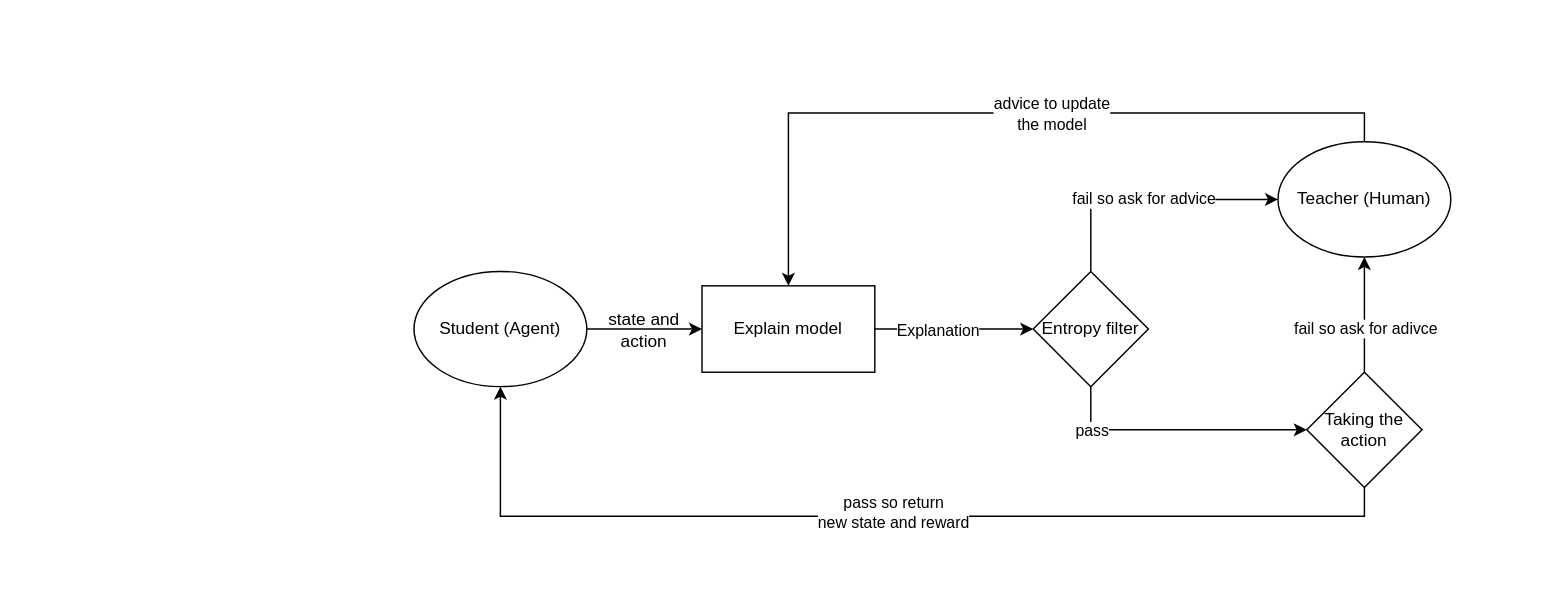
bobkatla/Honours_SafeRLWithXAI keeps this draw.io diagram as figs/AskingAdvice.drawio. Above is the earlier version. Source tidied: cells renumbered, new cells numbered last; positions are measured from the earlier drawing's top-left corner, leaving out a move shared by most shapes. Both pictures are drawn from the tidied source at 144%, with x=0, y=0 at pixel (413, 141).
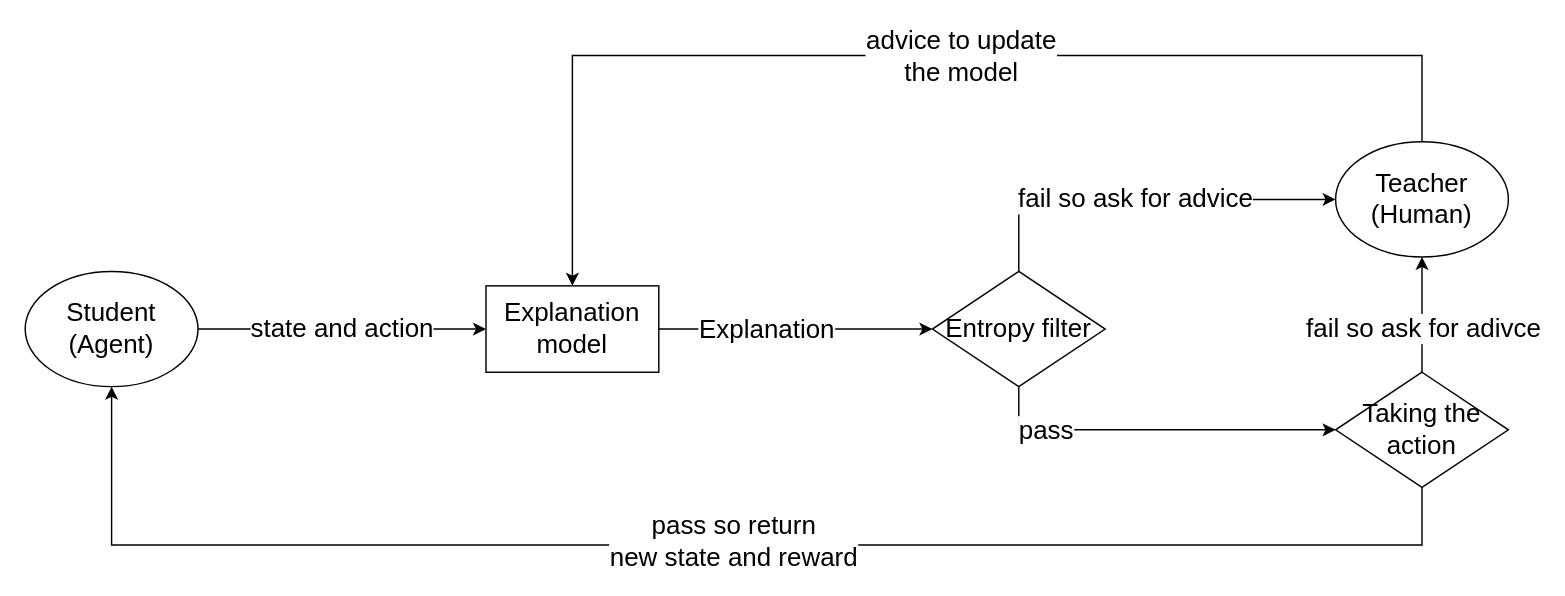
After the change.

What changed in the source:
```diff
@@
-    <mxCell id="2" style="edgeStyle=orthogonalEdgeStyle;rounded=0;jettySize=auto;html=1;exitX=0.5;exitY=0;exitDx=0;exitDy=0;entryX=0.5;entryY=0;entryDx=0;entryDy=0;" parent="1" edge="1" source="4" target="14">
-      <mxGeometry relative="1" as="geometry" />
+    <mxCell id="2" style="edgeStyle=orthogonalEdgeStyle;rounded=0;jettySize=auto;html=1;exitX=0.5;exitY=0;exitDx=0;exitDy=0;entryX=0.5;entryY=0;entryDx=0;entryDy=0;fontSize=18;" parent="1" edge="1" source="4" target="14">
+      <mxGeometry relative="1" as="geometry">
+        <Array as="points">
+          <mxPoint x="700" y="-60" />
+          <mxPoint x="110" y="-60" />
+        </Array>
+      </mxGeometry>
     </mxCell>
-    <mxCell id="3" value="advice to update&lt;br&gt;the model" style="edgeLabel;html=1;align=center;verticalAlign=middle;" parent="2" vertex="1">
+    <mxCell id="3" value="advice to update&lt;br style=&quot;font-size: 18px;&quot;&gt;the model" style="edgeLabel;html=1;align=center;verticalAlign=middle;fontSize=18;" parent="2" vertex="1">
       <mxGeometry x="0.06" relative="1" as="geometry">
         <mxPoint x="48" as="offset" />
       </mxGeometry>
     </mxCell>
-    <mxCell id="4" value="Teacher (Human)" style="ellipse;whiteSpace=wrap;html=1;" parent="1" vertex="1">
-      <mxGeometry x="600" width="120" height="80" as="geometry" />
+    <mxCell id="4" value="Teacher (Human)" style="ellipse;whiteSpace=wrap;html=1;fontSize=18;" parent="1" vertex="1">
+      <mxGeometry x="640" width="120" height="80" as="geometry" />
     </mxCell>
-    <mxCell id="5" style="edgeStyle=orthogonalEdgeStyle;rounded=0;jettySize=auto;html=1;" parent="1" edge="1" source="6" target="14">
+    <mxCell id="5" value="state and action" style="edgeStyle=orthogonalEdgeStyle;rounded=0;jettySize=auto;html=1;fontSize=18;" parent="1" edge="1" source="6" target="14">
       <mxGeometry relative="1" as="geometry" />
     </mxCell>
-    <mxCell id="6" value="Student (Agent)" style="ellipse;whiteSpace=wrap;html=1;" parent="1" vertex="1">
-      <mxGeometry y="90" width="120" height="80" as="geometry" />
+    <mxCell id="6" value="Student (Agent)" style="ellipse;whiteSpace=wrap;html=1;fontSize=18;" parent="1" vertex="1">
+      <mxGeometry x="-270" y="90" width="120" height="80" as="geometry" />
     </mxCell>
-    <mxCell id="7" style="edgeStyle=orthogonalEdgeStyle;rounded=0;jettySize=auto;html=1;entryX=0;entryY=0.5;entryDx=0;entryDy=0;" parent="1" edge="1" source="11" target="19">
+    <mxCell id="7" style="edgeStyle=orthogonalEdgeStyle;rounded=0;jettySize=auto;html=1;entryX=0;entryY=0.5;entryDx=0;entryDy=0;fontSize=18;" parent="1" edge="1" source="11" target="19">
       <mxGeometry relative="1" as="geometry">
         <Array as="points">
-          <mxPoint x="470" y="200" />
+          <mxPoint x="420" y="200" />
         </Array>
       </mxGeometry>
     </mxCell>
-    <mxCell id="8" value="pass" style="edgeLabel;html=1;align=center;verticalAlign=middle;" parent="7" vertex="1">
+    <mxCell id="8" value="pass" style="edgeLabel;html=1;align=center;verticalAlign=middle;fontSize=18;" parent="7" vertex="1">
       <mxGeometry x="-0.5" y="-1" relative="1" as="geometry">
         <mxPoint x="-15" y="-1" as="offset" />
       </mxGeometry>
     </mxCell>
-    <mxCell id="9" style="edgeStyle=orthogonalEdgeStyle;rounded=0;jettySize=auto;html=1;exitX=0.5;exitY=0;exitDx=0;exitDy=0;entryX=0;entryY=0.5;entryDx=0;entryDy=0;" parent="1" edge="1" source="11" target="4">
+    <mxCell id="9" style="edgeStyle=orthogonalEdgeStyle;rounded=0;jettySize=auto;html=1;exitX=0.5;exitY=0;exitDx=0;exitDy=0;entryX=0;entryY=0.5;entryDx=0;entryDy=0;fontSize=18;" parent="1" edge="1" source="11" target="4">
       <mxGeometry relative="1" as="geometry" />
     </mxCell>
-    <mxCell id="10" value="fail so ask for advice" style="edgeLabel;html=1;align=center;verticalAlign=middle;" parent="9" vertex="1">
+    <mxCell id="10" value="fail so ask for advice" style="edgeLabel;html=1;align=center;verticalAlign=middle;fontSize=18;" parent="9" vertex="1">
       <mxGeometry x="-0.04" y="1" relative="1" as="geometry" />
     </mxCell>
-    <mxCell id="11" value="Entropy filter" style="rhombus;whiteSpace=wrap;html=1;" parent="1" vertex="1">
-      <mxGeometry x="430" y="90" width="80" height="80" as="geometry" />
+    <mxCell id="11" value="Entropy filter" style="rhombus;whiteSpace=wrap;html=1;fontSize=18;" parent="1" vertex="1">
+      <mxGeometry x="360" y="90" width="120" height="80" as="geometry" />
     </mxCell>
-    <mxCell id="12" style="edgeStyle=orthogonalEdgeStyle;rounded=0;jettySize=auto;html=1;" parent="1" edge="1" source="14" target="11">
+    <mxCell id="12" style="edgeStyle=orthogonalEdgeStyle;rounded=0;jettySize=auto;html=1;fontSize=18;" parent="1" edge="1" source="14" target="11">
       <mxGeometry relative="1" as="geometry" />
     </mxCell>
-    <mxCell id="13" value="Explanation" style="edgeLabel;html=1;align=center;verticalAlign=middle;" parent="12" vertex="1">
+    <mxCell id="13" value="Explanation" style="edgeLabel;html=1;align=center;verticalAlign=middle;fontSize=18;" parent="12" vertex="1">
       <mxGeometry x="-0.22" relative="1" as="geometry" />
     </mxCell>
-    <mxCell id="14" value="Explain model" style="rounded=0;whiteSpace=wrap;html=1;" parent="1" vertex="1">
-      <mxGeometry x="200" y="100" width="120" height="60" as="geometry" />
+    <mxCell id="14" value="Explanation model" style="rounded=0;whiteSpace=wrap;html=1;fontSize=18;" parent="1" vertex="1">
+      <mxGeometry x="50" y="100" width="120" height="60" as="geometry" />
     </mxCell>
-    <mxCell id="15" style="edgeStyle=orthogonalEdgeStyle;rounded=0;jettySize=auto;html=1;" parent="1" edge="1" source="19" target="4">
+    <mxCell id="15" style="edgeStyle=orthogonalEdgeStyle;rounded=0;jettySize=auto;html=1;fontSize=18;" parent="1" edge="1" source="19" target="4">
       <mxGeometry relative="1" as="geometry" />
     </mxCell>
-    <mxCell id="16" value="fail so ask for adivce" style="edgeLabel;html=1;align=center;verticalAlign=middle;" parent="15" vertex="1">
+    <mxCell id="16" value="fail so ask for adivce" style="edgeLabel;html=1;align=center;verticalAlign=middle;fontSize=18;" parent="15" vertex="1">
       <mxGeometry x="-0.23" relative="1" as="geometry" />
     </mxCell>
-    <mxCell id="17" style="edgeStyle=orthogonalEdgeStyle;rounded=0;jettySize=auto;html=1;entryX=0.5;entryY=1;entryDx=0;entryDy=0;" parent="1" edge="1" source="19" target="6">
+    <mxCell id="17" style="edgeStyle=orthogonalEdgeStyle;rounded=0;jettySize=auto;html=1;entryX=0.5;entryY=1;entryDx=0;entryDy=0;fontSize=18;" parent="1" edge="1" source="19" target="6">
       <mxGeometry relative="1" as="geometry">
         <Array as="points">
-          <mxPoint x="660" y="260" />
-          <mxPoint x="60" y="260" />
+          <mxPoint x="700" y="280" />
+          <mxPoint x="-210" y="280" />
         </Array>
       </mxGeometry>
     </mxCell>
-    <mxCell id="18" value="pass so return &lt;br&gt;new state and reward" style="edgeLabel;html=1;align=center;verticalAlign=middle;" parent="17" vertex="1">
+    <mxCell id="18" value="pass so return &lt;br style=&quot;font-size: 18px;&quot;&gt;new state and reward" style="edgeLabel;html=1;align=center;verticalAlign=middle;fontSize=18;" parent="17" vertex="1">
       <mxGeometry x="-0.02" y="-3" relative="1" as="geometry" />
     </mxCell>
-    <mxCell id="19" value="Taking the action" style="rhombus;whiteSpace=wrap;html=1;" parent="1" vertex="1">
-      <mxGeometry x="620" y="160" width="80" height="80" as="geometry" />
+    <mxCell id="19" value="Taking the action" style="rhombus;whiteSpace=wrap;html=1;fontSize=18;" parent="1" vertex="1">
+      <mxGeometry x="640" y="160" width="120" height="80" as="geometry" />
     </mxCell>
-    <mxCell id="20" value="state and action" style="text;html=1;strokeColor=none;fillColor=none;align=center;verticalAlign=middle;whiteSpace=wrap;rounded=0;" parent="1" vertex="1">
-      <mxGeometry x="130" y="130" width="60" as="geometry" />
-    </mxCell>
```
